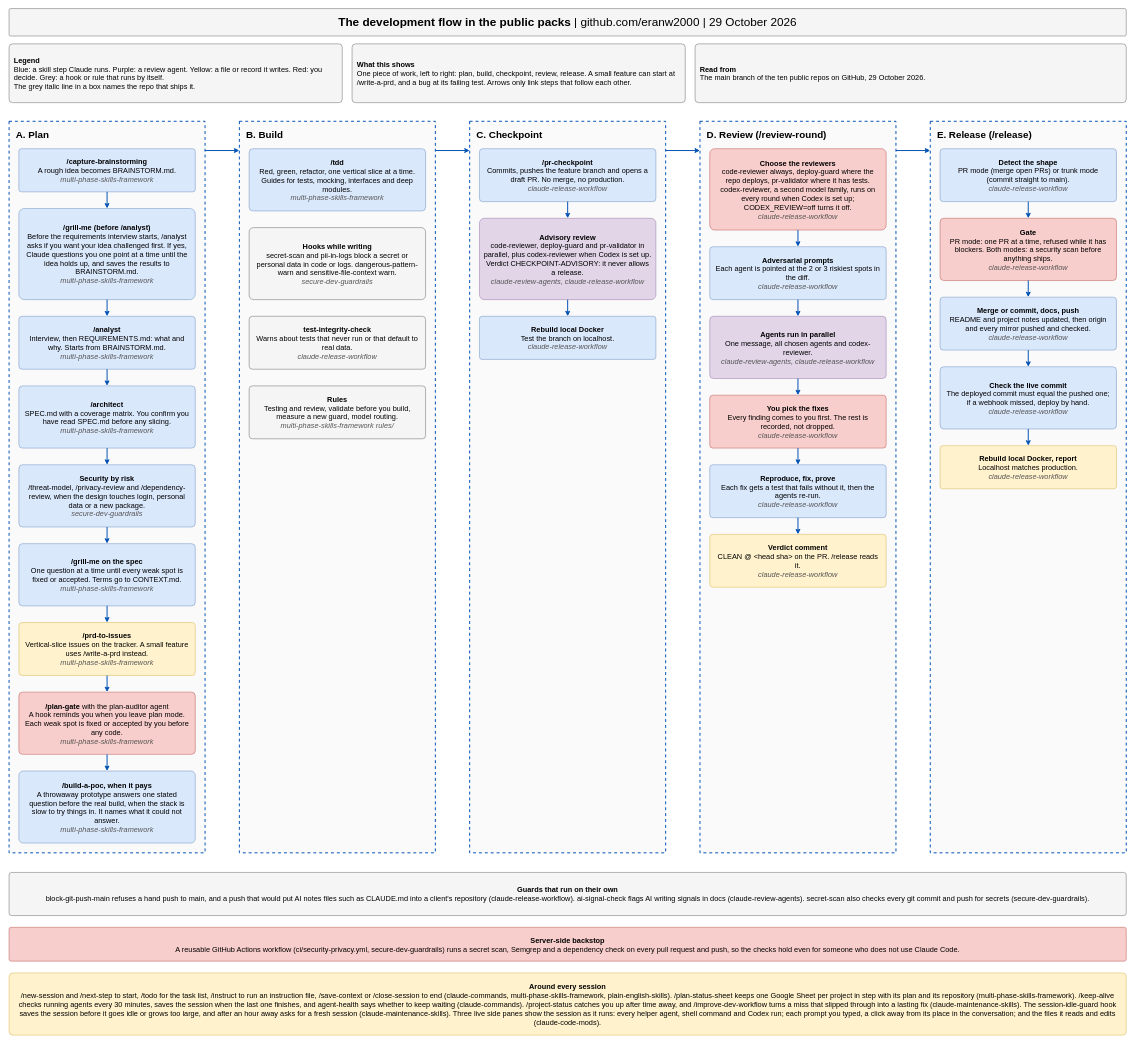
Above: docs/development-flow.drawio in eranw2000/eranw2000 (draw.io), before the change. Source tidied: cells renumbered, new cells numbered last; positions are measured from the earlier drawing's top-left corner, leaving out a move shared by most shapes. Both pictures are drawn from the tidied source at 49%, with x=0, y=0 at pixel (9, 8).
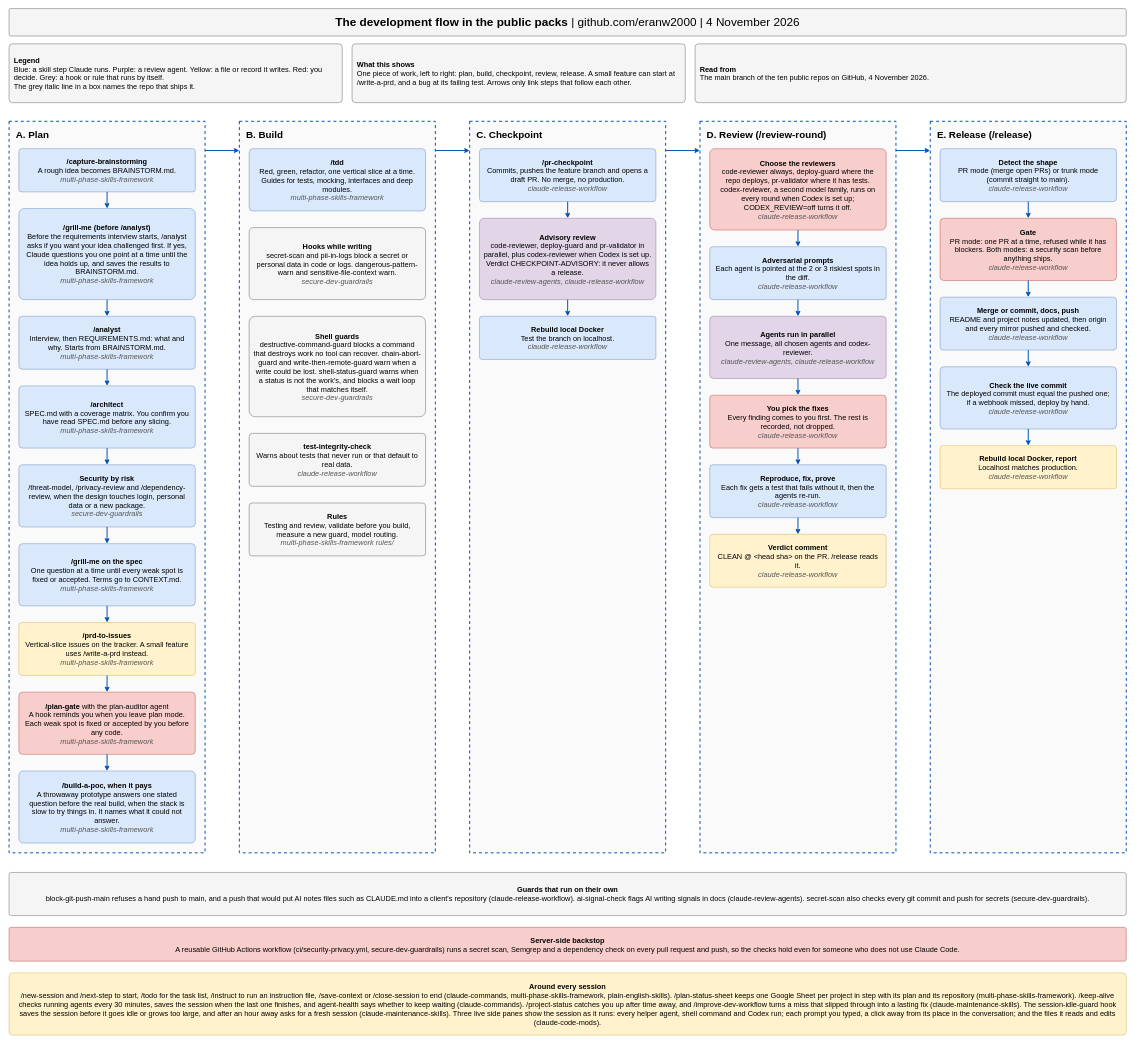
After the change.

Commit message (it also covers changes not shown here):
Flow and review-checkpoint diagrams name the four shell guards

Change to the diagram source:
```diff
@@
-    <mxCell id="2" value="&lt;b&gt;The development flow in the public packs&lt;/b&gt;  |  github.com/eranw2000  |  29 October 2026" style="rounded=1;arcSize=6;whiteSpace=wrap;html=1;fillColor=#f5f5f5;strokeColor=#666666;fontSize=24;fontFamily=Helvetica;spacing=10;align=center;verticalAlign=middle;" parent="1" vertex="1">
+    <mxCell id="2" value="&lt;b&gt;The development flow in the public packs&lt;/b&gt;  |  github.com/eranw2000  |  4 November 2026" style="rounded=1;arcSize=6;whiteSpace=wrap;html=1;fillColor=#f5f5f5;strokeColor=#666666;fontSize=24;fontFamily=Helvetica;spacing=10;align=center;verticalAlign=middle;" parent="1" vertex="1">
       <mxGeometry width="2280" height="56" as="geometry" />
     </mxCell>
@@
-    <mxCell id="5" value="&lt;b&gt;Read from&lt;/b&gt;&lt;br&gt;The main branch of the ten public repos on GitHub, 29 October 2026." style="rounded=1;arcSize=6;whiteSpace=wrap;html=1;fillColor=#f5f5f5;strokeColor=#666666;fontSize=15;fontFamily=Helvetica;spacing=10;align=left;verticalAlign=middle;" parent="1" vertex="1">
+    <mxCell id="5" value="&lt;b&gt;Read from&lt;/b&gt;&lt;br&gt;The main branch of the ten public repos on GitHub, 4 November 2026." style="rounded=1;arcSize=6;whiteSpace=wrap;html=1;fillColor=#f5f5f5;strokeColor=#666666;fontSize=15;fontFamily=Helvetica;spacing=10;align=left;verticalAlign=middle;" parent="1" vertex="1">
       <mxGeometry x="1400" y="72" width="880" height="120" as="geometry" />
     </mxCell>
@@
+    <mxCell id="64" value="&lt;b&gt;Shell guards&lt;/b&gt;&lt;br&gt;destructive-command-guard blocks a command that destroys work no tool can recover. chain-abort-guard and write-then-remote-guard warn when a write could be lost. shell-status-guard warns when a status is not the work's, and blocks a wait loop that matches itself.&lt;br&gt;&lt;i&gt;&lt;font color=&quot;#555555&quot;&gt;secure-dev-guardrails&lt;/font&gt;&lt;/i&gt;" style="rounded=1;arcSize=6;whiteSpace=wrap;html=1;fillColor=#f5f5f5;strokeColor=#666666;fontSize=15;fontFamily=Helvetica;spacing=10;align=center;verticalAlign=middle;" parent="1" vertex="1">
+      <mxGeometry x="490" y="628" width="360" height="205" as="geometry" />
+    </mxCell>
     <mxCell id="30" value="&lt;b&gt;test-integrity-check&lt;/b&gt;&lt;br&gt;Warns about tests that never run or that default to real data.&lt;br&gt;&lt;i&gt;&lt;font color=&quot;#555555&quot;&gt;claude-release-workflow&lt;/font&gt;&lt;/i&gt;" style="rounded=1;arcSize=6;whiteSpace=wrap;html=1;fillColor=#f5f5f5;strokeColor=#666666;fontSize=15;fontFamily=Helvetica;spacing=10;align=center;verticalAlign=middle;" parent="1" vertex="1">
-      <mxGeometry x="490" y="628" width="360" height="108" as="geometry" />
+      <mxGeometry x="490" y="867" width="360" height="108" as="geometry" />
     </mxCell>
     <mxCell id="31" value="&lt;b&gt;Rules&lt;/b&gt;&lt;br&gt;Testing and review, validate before you build, measure a new guard, model routing.&lt;br&gt;&lt;i&gt;&lt;font color=&quot;#555555&quot;&gt;multi-phase-skills-framework rules/&lt;/font&gt;&lt;/i&gt;" style="rounded=1;arcSize=6;whiteSpace=wrap;html=1;fillColor=#f5f5f5;strokeColor=#666666;fontSize=15;fontFamily=Helvetica;spacing=10;align=center;verticalAlign=middle;" parent="1" vertex="1">
-      <mxGeometry x="490" y="770" width="360" height="108" as="geometry" />
+      <mxGeometry x="490" y="1009" width="360" height="108" as="geometry" />
     </mxCell>
```
